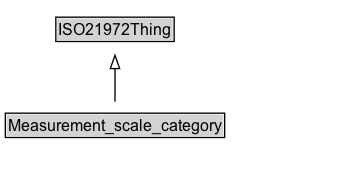
Earlier version of the Graphviz export docs/diagrams/Measurement_scale_category.dot.png (ISO-TC204/ontology-i72-v1). Its source is kept beside it as docs/diagrams/Measurement_scale_category.dot. The source it was exported from:
```dot
digraph {
	graph [overlap=false rankdir=TB splines=true]
	node [fontname=Arial fontsize=12 margin=0 shape=none]
	edge [fontname=Arial fontsize=11]
	{
		rank=max
		Measurement_scale_category [label=<<TABLE BORDER="1" CELLBORDER="0" CELLSPACING="0" CELLPADDING="1"><TR><TD BGCOLOR="lightgray" ALIGN="CENTER" PORT="e">Measurement_scale_category</TD></TR></TABLE>> URL="../Measurement_scale_category.md" margin=0]
	}
	subgraph cluster_associated {
		label="" style=invis
		Invis [label=<<TABLE BORDER="0" CELLBORDER="0" CELLSPACING="0" CELLPADDING="1"><TR><TD></TD></TR></TABLE>> margin=0 style=invis]
	}
	ISO21972Thing [label=<<TABLE BORDER="1" CELLBORDER="0" CELLSPACING="0" CELLPADDING="1"><TR><TD BGCOLOR="lightgray" ALIGN="CENTER">ISO21972Thing</TD></TR></TABLE>> URL="../ISO21972Thing.md" margin=0]
	Measurement_scale_category -> ISO21972Thing [arrowhead=onormal style=solid]
}
```
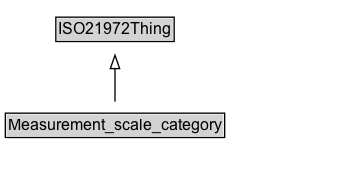
Above is the later version.

What changed in the source:
```diff
@@ -3,13 +3,16 @@
 	node [fontname=Arial fontsize=12 margin=0 shape=none]
 	edge [fontname=Arial fontsize=11]
 	{
+		rank=source
+		ISO21972Thing [label=<<TABLE BORDER="1" CELLBORDER="0" CELLSPACING="0" CELLPADDING="1"><TR><TD BGCOLOR="lightgray" ALIGN="CENTER">ISO21972Thing</TD></TR></TABLE>> URL="../ISO21972Thing" margin=0]
+	}
+	Measurement_scale_category [label=<<TABLE BORDER="1" CELLBORDER="0" CELLSPACING="0" CELLPADDING="1"><TR><TD BGCOLOR="lightgray" ALIGN="CENTER">Measurement_scale_category</TD></TR></TABLE>> URL="../Measurement_scale_category" margin=0]
+	{
 		rank=max
-		Measurement_scale_category [label=<<TABLE BORDER="1" CELLBORDER="0" CELLSPACING="0" CELLPADDING="1"><TR><TD BGCOLOR="lightgray" ALIGN="CENTER" PORT="e">Measurement_scale_category</TD></TR></TABLE>> URL="../Measurement_scale_category.md" margin=0]
 	}
 	subgraph cluster_associated {
 		label="" style=invis
 		Invis [label=<<TABLE BORDER="0" CELLBORDER="0" CELLSPACING="0" CELLPADDING="1"><TR><TD></TD></TR></TABLE>> margin=0 style=invis]
 	}
-	ISO21972Thing [label=<<TABLE BORDER="1" CELLBORDER="0" CELLSPACING="0" CELLPADDING="1"><TR><TD BGCOLOR="lightgray" ALIGN="CENTER">ISO21972Thing</TD></TR></TABLE>> URL="../ISO21972Thing.md" margin=0]
 	Measurement_scale_category -> ISO21972Thing [arrowhead=onormal style=solid]
 }
```
